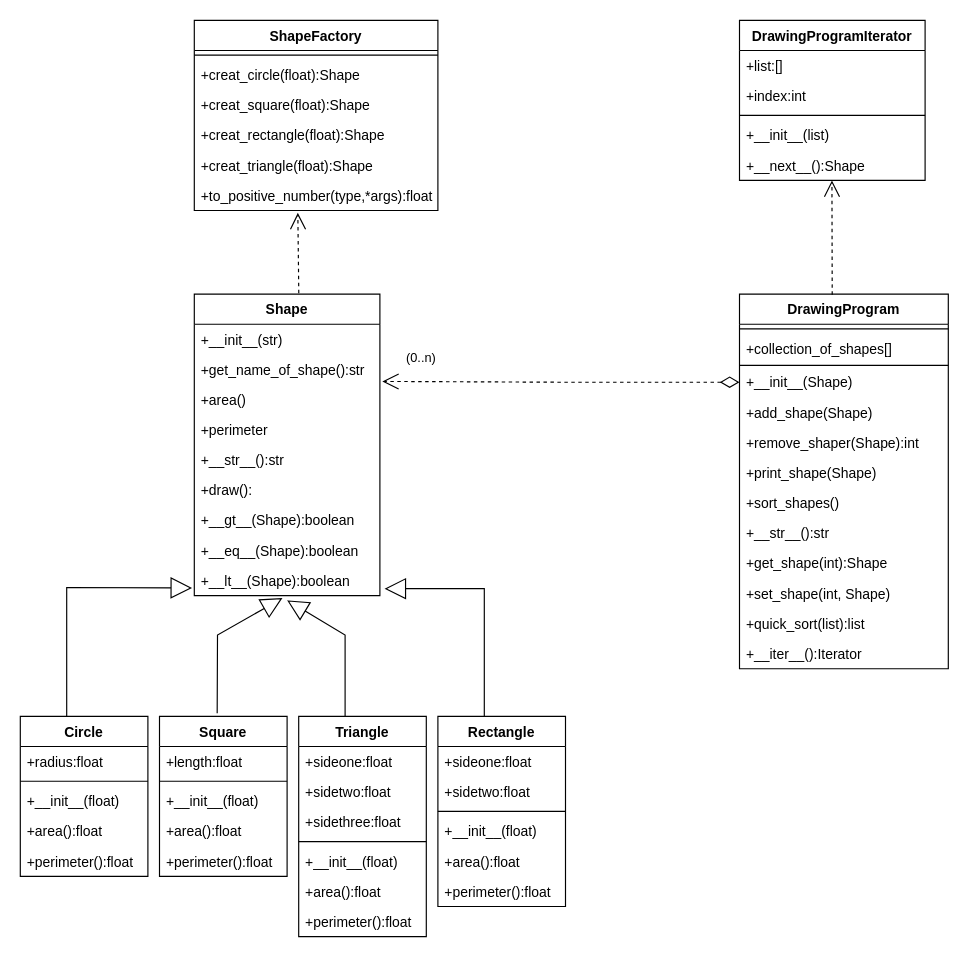
Earlier version of the draw.io diagram shapeUML.drawio (jing1988ab/shape_assingment). Source tidied: cells renumbered, new cells numbered last; positions are measured from the earlier drawing's top-left corner, leaving out a move shared by most shapes. Both pictures are drawn from the tidied source at 116%, with x=0, y=0 at pixel (20, 20).
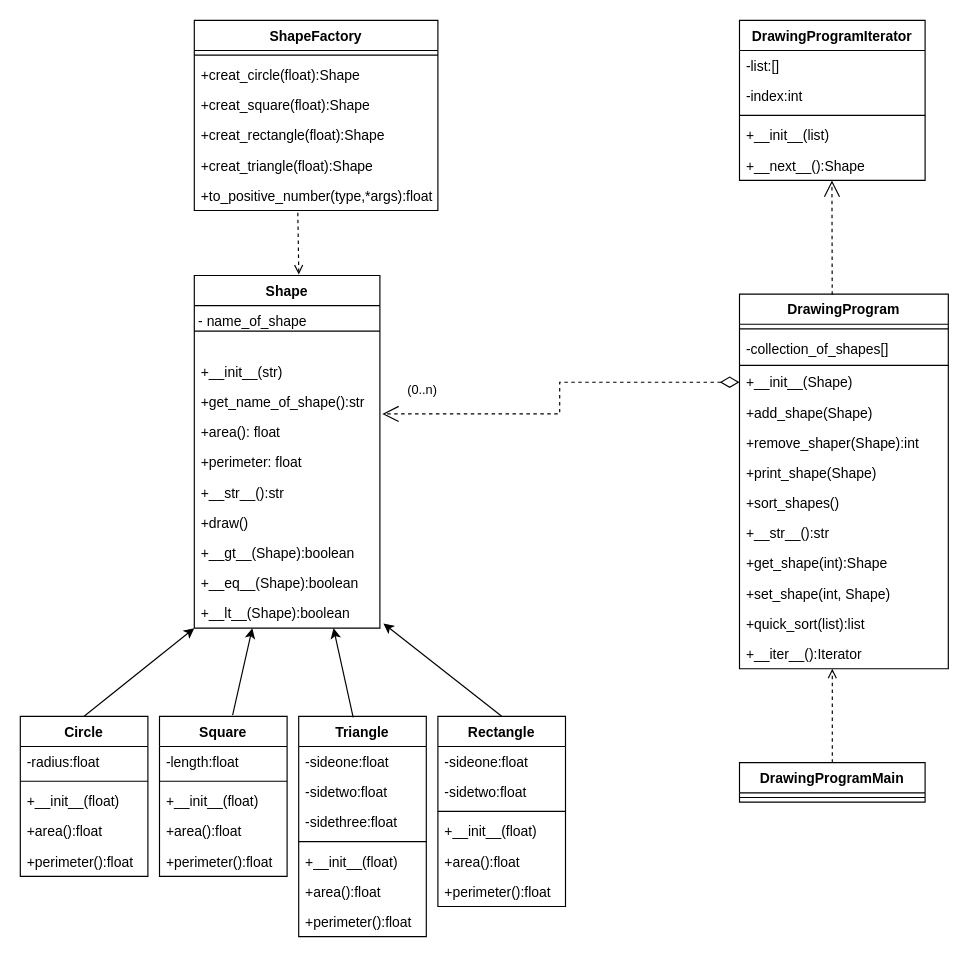
The same page after the edit.

Commit message (it also covers changes not shown here):
update uml diagrams

Unchanged cells that the change refers to:
```xml
<mxCell id="12" value="DrawingProgram" style="swimlane;fontStyle=1;align=center;verticalAlign=top;horizontal=1;startSize=26;fillColor=default;gradientColor=none;" parent="1" vertex="1">
  <mxGeometry x="620" y="236" width="180" height="323" as="geometry" />
</mxCell>
<mxCell id="26" value="Circle" style="swimlane;fontStyle=1;align=center;verticalAlign=top;horizontal=1;startSize=26;" parent="1" vertex="1">
  <mxGeometry y="600" width="110" height="138" as="geometry" />
</mxCell>
<mxCell id="33" value="Square" style="swimlane;fontStyle=1;align=center;verticalAlign=top;horizontal=1;startSize=26;" parent="1" vertex="1">
  <mxGeometry x="120" y="600" width="110" height="138" as="geometry" />
</mxCell>
<mxCell id="39" value="Rectangle" style="swimlane;fontStyle=1;align=center;verticalAlign=top;horizontal=1;startSize=26;" parent="1" vertex="1">
  <mxGeometry x="360" y="600" width="110" height="164" as="geometry" />
</mxCell>
<mxCell id="46" value="Triangle" style="swimlane;fontStyle=1;align=center;verticalAlign=top;horizontal=1;startSize=26;" parent="1" vertex="1">
  <mxGeometry x="240" y="600" width="110" height="190" as="geometry" />
</mxCell>
<mxCell id="60" value="+to_positive_number(type,*args):float" style="text;strokeColor=none;fillColor=none;align=left;verticalAlign=top;spacingLeft=4;spacingRight=4;overflow=hidden;points=[[0,0.5],[1,0.5]];portConstraint=eastwest;" parent="54" vertex="1">
  <mxGeometry y="138" width="210" height="26" as="geometry" />
</mxCell>
<mxCell id="61" value="DrawingProgramIterator" style="swimlane;fontStyle=1;align=center;verticalAlign=top;horizontal=1;startSize=26;" parent="1" vertex="1">
  <mxGeometry x="620" width="160" height="138" as="geometry" />
</mxCell>
```

What changed in the source:
```diff
@@
     <mxCell id="2" value="Shape" style="swimlane;fontStyle=1;align=center;verticalAlign=top;horizontal=1;startSize=26;" parent="1" vertex="1">
-      <mxGeometry x="150" y="236" width="160" height="260" as="geometry" />
+      <mxGeometry x="150" y="220" width="160" height="304" as="geometry" />
     </mxCell>
+    <mxCell id="73" style="line;strokeWidth=1;fillColor=none;align=left;verticalAlign=middle;spacingTop=-1;spacingLeft=3;spacingRight=3;labelPosition=right;" parent="2" vertex="1">
+      <mxGeometry y="26" width="160" height="44" as="geometry" />
+    </mxCell>
     <mxCell id="3" value="+__init__(str)" style="text;strokeColor=none;fillColor=none;align=left;verticalAlign=top;spacingLeft=4;spacingRight=4;overflow=hidden;" parent="2" vertex="1">
-      <mxGeometry y="26" width="160" height="26" as="geometry" />
+      <mxGeometry y="70" width="160" height="26" as="geometry" />
     </mxCell>
     <mxCell id="4" value="+get_name_of_shape():str" style="text;strokeColor=none;fillColor=none;align=left;verticalAlign=top;spacingLeft=4;spacingRight=4;overflow=hidden;" parent="2" vertex="1">
-      <mxGeometry y="52" width="160" height="26" as="geometry" />
+      <mxGeometry y="96" width="160" height="26" as="geometry" />
     </mxCell>
-    <mxCell id="5" value="+area()" style="text;strokeColor=none;fillColor=none;align=left;verticalAlign=top;spacingLeft=4;spacingRight=4;overflow=hidden;points=[[0,0.5],[1,0.5]];portConstraint=eastwest;" parent="2" vertex="1">
-      <mxGeometry y="78" width="160" height="26" as="geometry" />
+    <mxCell id="5" value="+area(): float" style="text;strokeColor=none;fillColor=none;align=left;verticalAlign=top;spacingLeft=4;spacingRight=4;overflow=hidden;points=[[0,0.5],[1,0.5]];portConstraint=eastwest;" parent="2" vertex="1">
+      <mxGeometry y="122" width="160" height="26" as="geometry" />
     </mxCell>
-    <mxCell id="6" value="+perimeter" style="text;strokeColor=none;fillColor=none;align=left;verticalAlign=top;spacingLeft=4;spacingRight=4;overflow=hidden;" parent="2" vertex="1">
-      <mxGeometry y="104" width="160" height="26" as="geometry" />
+    <mxCell id="6" value="+perimeter: float&#10;" style="text;strokeColor=none;fillColor=none;align=left;verticalAlign=top;spacingLeft=4;spacingRight=4;overflow=hidden;" parent="2" vertex="1">
+      <mxGeometry y="148" width="160" height="26" as="geometry" />
     </mxCell>
     <mxCell id="7" value="+__str__():str" style="text;strokeColor=none;fillColor=none;align=left;verticalAlign=top;spacingLeft=4;spacingRight=4;overflow=hidden;" parent="2" vertex="1">
-      <mxGeometry y="130" width="160" height="26" as="geometry" />
+      <mxGeometry y="174" width="160" height="26" as="geometry" />
     </mxCell>
-    <mxCell id="8" value="+draw():" style="text;strokeColor=none;fillColor=none;align=left;verticalAlign=top;spacingLeft=4;spacingRight=4;overflow=hidden;" parent="2" vertex="1">
-      <mxGeometry y="156" width="160" height="26" as="geometry" />
+    <mxCell id="8" value="+draw()" style="text;strokeColor=none;fillColor=none;align=left;verticalAlign=top;spacingLeft=4;spacingRight=4;overflow=hidden;" parent="2" vertex="1">
+      <mxGeometry y="200" width="160" height="26" as="geometry" />
     </mxCell>
     <mxCell id="9" value="+__gt__(Shape):boolean" style="text;strokeColor=none;fillColor=none;align=left;verticalAlign=top;spacingLeft=4;spacingRight=4;overflow=hidden;" parent="2" vertex="1">
-      <mxGeometry y="182" width="160" height="26" as="geometry" />
+      <mxGeometry y="226" width="160" height="26" as="geometry" />
     </mxCell>
     <mxCell id="10" value="+__eq__(Shape):boolean" style="text;strokeColor=none;fillColor=none;align=left;verticalAlign=top;spacingLeft=4;spacingRight=4;overflow=hidden;" parent="2" vertex="1">
-      <mxGeometry y="208" width="160" height="26" as="geometry" />
+      <mxGeometry y="252" width="160" height="26" as="geometry" />
     </mxCell>
     <mxCell id="11" value="+__lt__(Shape):boolean" style="text;strokeColor=none;fillColor=none;align=left;verticalAlign=top;spacingLeft=4;spacingRight=4;overflow=hidden;points=[[0,0.5],[1,0.5]];portConstraint=eastwest;" parent="2" vertex="1">
-      <mxGeometry y="234" width="160" height="26" as="geometry" />
+      <mxGeometry y="278" width="160" height="26" as="geometry" />
     </mxCell>
@@
-    <mxCell id="14" value="+collection_of_shapes[]" style="text;strokeColor=none;fillColor=none;align=left;verticalAlign=top;spacingLeft=4;spacingRight=4;overflow=hidden;" parent="12" vertex="1">
+    <mxCell id="14" value="-collection_of_shapes[]" style="text;strokeColor=none;fillColor=none;align=left;verticalAlign=top;spacingLeft=4;spacingRight=4;overflow=hidden;" parent="12" vertex="1">
       <mxGeometry y="34" width="180" height="26" as="geometry" />
     </mxCell>
@@
-    <mxCell id="27" value="+radius:float" style="text;strokeColor=none;fillColor=none;align=left;verticalAlign=top;spacingLeft=4;spacingRight=4;overflow=hidden;" parent="26" vertex="1">
+    <mxCell id="27" value="-radius:float" style="text;strokeColor=none;fillColor=none;align=left;verticalAlign=top;spacingLeft=4;spacingRight=4;overflow=hidden;" parent="26" vertex="1">
       <mxGeometry y="26" width="110" height="26" as="geometry" />
     </mxCell>
@@
-    <mxCell id="32" style="endArrow=block;endSize=16;endFill=0;html=1;rounded=0;entryX=-0.012;entryY=0.744;entryDx=0;entryDy=0;entryPerimeter=0;" parent="1" edge="1" target="11">
-      <mxGeometry relative="1" as="geometry">
-        <mxPoint x="40" y="600" as="sourcePoint" />
-        <Array as="points">
-          <mxPoint x="40" y="489" />
-        </Array>
-      </mxGeometry>
-    </mxCell>
@@
-    <mxCell id="34" value="+length:float" style="text;strokeColor=none;fillColor=none;align=left;verticalAlign=top;spacingLeft=4;spacingRight=4;overflow=hidden;" parent="33" vertex="1">
+    <mxCell id="34" value="-length:float" style="text;strokeColor=none;fillColor=none;align=left;verticalAlign=top;spacingLeft=4;spacingRight=4;overflow=hidden;" parent="33" vertex="1">
       <mxGeometry y="26" width="110" height="26" as="geometry" />
     </mxCell>
@@
-    <mxCell id="40" value="+sideone:float" style="text;strokeColor=none;fillColor=none;align=left;verticalAlign=top;spacingLeft=4;spacingRight=4;overflow=hidden;" parent="39" vertex="1">
+    <mxCell id="40" value="-sideone:float" style="text;strokeColor=none;fillColor=none;align=left;verticalAlign=top;spacingLeft=4;spacingRight=4;overflow=hidden;" parent="39" vertex="1">
       <mxGeometry y="26" width="110" height="26" as="geometry" />
     </mxCell>
-    <mxCell id="41" value="+sidetwo:float" style="text;strokeColor=none;fillColor=none;align=left;verticalAlign=top;spacingLeft=4;spacingRight=4;overflow=hidden;" parent="39" vertex="1">
+    <mxCell id="41" value="-sidetwo:float" style="text;strokeColor=none;fillColor=none;align=left;verticalAlign=top;spacingLeft=4;spacingRight=4;overflow=hidden;" parent="39" vertex="1">
       <mxGeometry y="52" width="110" height="26" as="geometry" />
     </mxCell>
@@
-    <mxCell id="47" value="+sideone:float" style="text;strokeColor=none;fillColor=none;align=left;verticalAlign=top;spacingLeft=4;spacingRight=4;overflow=hidden;" parent="46" vertex="1">
+    <mxCell id="47" value="-sideone:float" style="text;strokeColor=none;fillColor=none;align=left;verticalAlign=top;spacingLeft=4;spacingRight=4;overflow=hidden;" parent="46" vertex="1">
       <mxGeometry y="26" width="110" height="26" as="geometry" />
     </mxCell>
-    <mxCell id="48" value="+sidetwo:float" style="text;strokeColor=none;fillColor=none;align=left;verticalAlign=top;spacingLeft=4;spacingRight=4;overflow=hidden;" parent="46" vertex="1">
+    <mxCell id="48" value="-sidetwo:float" style="text;strokeColor=none;fillColor=none;align=left;verticalAlign=top;spacingLeft=4;spacingRight=4;overflow=hidden;" parent="46" vertex="1">
       <mxGeometry y="52" width="110" height="26" as="geometry" />
     </mxCell>
-    <mxCell id="49" value="+sidethree:float" style="text;strokeColor=none;fillColor=none;align=left;verticalAlign=top;spacingLeft=4;spacingRight=4;overflow=hidden;" parent="46" vertex="1">
+    <mxCell id="49" value="-sidethree:float" style="text;strokeColor=none;fillColor=none;align=left;verticalAlign=top;spacingLeft=4;spacingRight=4;overflow=hidden;" parent="46" vertex="1">
       <mxGeometry y="78" width="110" height="26" as="geometry" />
     </mxCell>
@@
-    <mxCell id="62" value="+list:[]" style="text;strokeColor=none;fillColor=none;align=left;verticalAlign=top;spacingLeft=4;spacingRight=4;overflow=hidden;" parent="61" vertex="1">
+    <mxCell id="62" value="-list:[]" style="text;strokeColor=none;fillColor=none;align=left;verticalAlign=top;spacingLeft=4;spacingRight=4;overflow=hidden;" parent="61" vertex="1">
       <mxGeometry y="26" width="160" height="26" as="geometry" />
     </mxCell>
-    <mxCell id="63" value="+index:int" style="text;strokeColor=none;fillColor=none;align=left;verticalAlign=top;spacingLeft=4;spacingRight=4;overflow=hidden;" parent="61" vertex="1">
+    <mxCell id="63" value="-index:int" style="text;strokeColor=none;fillColor=none;align=left;verticalAlign=top;spacingLeft=4;spacingRight=4;overflow=hidden;" parent="61" vertex="1">
       <mxGeometry y="52" width="160" height="26" as="geometry" />
     </mxCell>
@@
-    <mxCell id="68" style="endArrow=block;endSize=16;endFill=0;html=1;rounded=0;entryX=1.025;entryY=0.769;entryDx=0;entryDy=0;entryPerimeter=0;" parent="1" edge="1" target="11">
-      <mxGeometry relative="1" as="geometry">
-        <mxPoint x="400" y="600" as="sourcePoint" />
-        <Array as="points">
-          <mxPoint x="400" y="490" />
-        </Array>
-      </mxGeometry>
-    </mxCell>
-    <mxCell id="69" style="endArrow=block;endSize=16;endFill=0;html=1;rounded=0;" parent="1" edge="1">
-      <mxGeometry relative="1" as="geometry">
-        <mxPoint x="280" y="600" as="sourcePoint" />
-        <mxPoint x="230" y="500" as="targetPoint" />
-        <Array as="points">
-          <mxPoint x="280" y="530" />
-        </Array>
-      </mxGeometry>
-    </mxCell>
-    <mxCell id="70" style="endArrow=block;endSize=16;endFill=0;html=1;rounded=0;entryX=0.475;entryY=1.077;entryDx=0;entryDy=0;entryPerimeter=0;exitX=0.452;exitY=-0.019;exitDx=0;exitDy=0;exitPerimeter=0;" parent="1" edge="1" source="33" target="11">
-      <mxGeometry relative="1" as="geometry">
-        <Array as="points">
-          <mxPoint x="170" y="530" />
-        </Array>
-      </mxGeometry>
-    </mxCell>
-    <mxCell id="71" style="endArrow=open;dashed=1;endFill=0;endSize=12;html=1;rounded=0;entryX=0.425;entryY=1.077;entryDx=0;entryDy=0;entryPerimeter=0;exitX=0.563;exitY=-0.003;exitDx=0;exitDy=0;exitPerimeter=0;" parent="1" edge="1" source="2" target="60">
+    <mxCell id="71" style="endArrow=none;dashed=1;endFill=0;endSize=12;html=1;rounded=0;entryX=0.425;entryY=1.077;entryDx=0;entryDy=0;entryPerimeter=0;exitX=0.563;exitY=-0.003;exitDx=0;exitDy=0;exitPerimeter=0;startArrow=open;startFill=0;" parent="1" edge="1" source="2" target="60">
       <mxGeometry relative="1" as="geometry" />
     </mxCell>
@@
+    <mxCell id="74" value="DrawingProgramMain" style="swimlane;fontStyle=1;align=center;verticalAlign=top;horizontal=1;startSize=26;" parent="1" vertex="1">
+      <mxGeometry x="620" y="640" width="160" height="34" as="geometry" />
+    </mxCell>
+    <mxCell id="75" style="line;strokeWidth=1;fillColor=none;align=left;verticalAlign=middle;spacingTop=-1;spacingLeft=3;spacingRight=3;labelPosition=right;" parent="74" vertex="1">
+      <mxGeometry y="26" width="160" height="8" as="geometry" />
+    </mxCell>
+    <mxCell id="76" style="endArrow=open;html=1;rounded=0;exitX=0.5;exitY=0;exitDx=0;exitDy=0;endFill=0;dashed=1;" parent="1" edge="1" source="74">
+      <mxGeometry relative="1" as="geometry">
+        <mxPoint x="700" y="559" as="targetPoint" />
+      </mxGeometry>
+    </mxCell>
+    <mxCell id="77" value="- name_of_shape" style="text;html=1;align=center;verticalAlign=middle;strokeColor=none;fillColor=none;" parent="1" vertex="1">
+      <mxGeometry x="145" y="250" width="110" height="20" as="geometry" />
+    </mxCell>
+    <mxCell id="78" style="endArrow=classic;html=1;rounded=0;exitX=0.427;exitY=0.005;exitDx=0;exitDy=0;exitPerimeter=0;" parent="1" edge="1" source="46">
+      <mxGeometry relative="1" as="geometry">
+        <mxPoint x="270" y="524" as="targetPoint" />
+      </mxGeometry>
+    </mxCell>
+    <mxCell id="79" style="endArrow=classic;html=1;rounded=0;exitX=0.573;exitY=-0.007;exitDx=0;exitDy=0;exitPerimeter=0;" parent="1" edge="1" source="33">
+      <mxGeometry relative="1" as="geometry">
+        <mxPoint x="200" y="524" as="targetPoint" />
+      </mxGeometry>
+    </mxCell>
+    <mxCell id="80" style="endArrow=classic;html=1;rounded=0;exitX=0.5;exitY=0;exitDx=0;exitDy=0;" parent="1" edge="1" source="26">
+      <mxGeometry relative="1" as="geometry">
+        <mxPoint x="150" y="524" as="targetPoint" />
+      </mxGeometry>
+    </mxCell>
+    <mxCell id="81" style="endArrow=classic;html=1;rounded=0;exitX=0.5;exitY=0;exitDx=0;exitDy=0;entryX=1.019;entryY=0.846;entryDx=0;entryDy=0;entryPerimeter=0;" parent="1" edge="1" source="39" target="11">
+      <mxGeometry relative="1" as="geometry" />
+    </mxCell>
```
